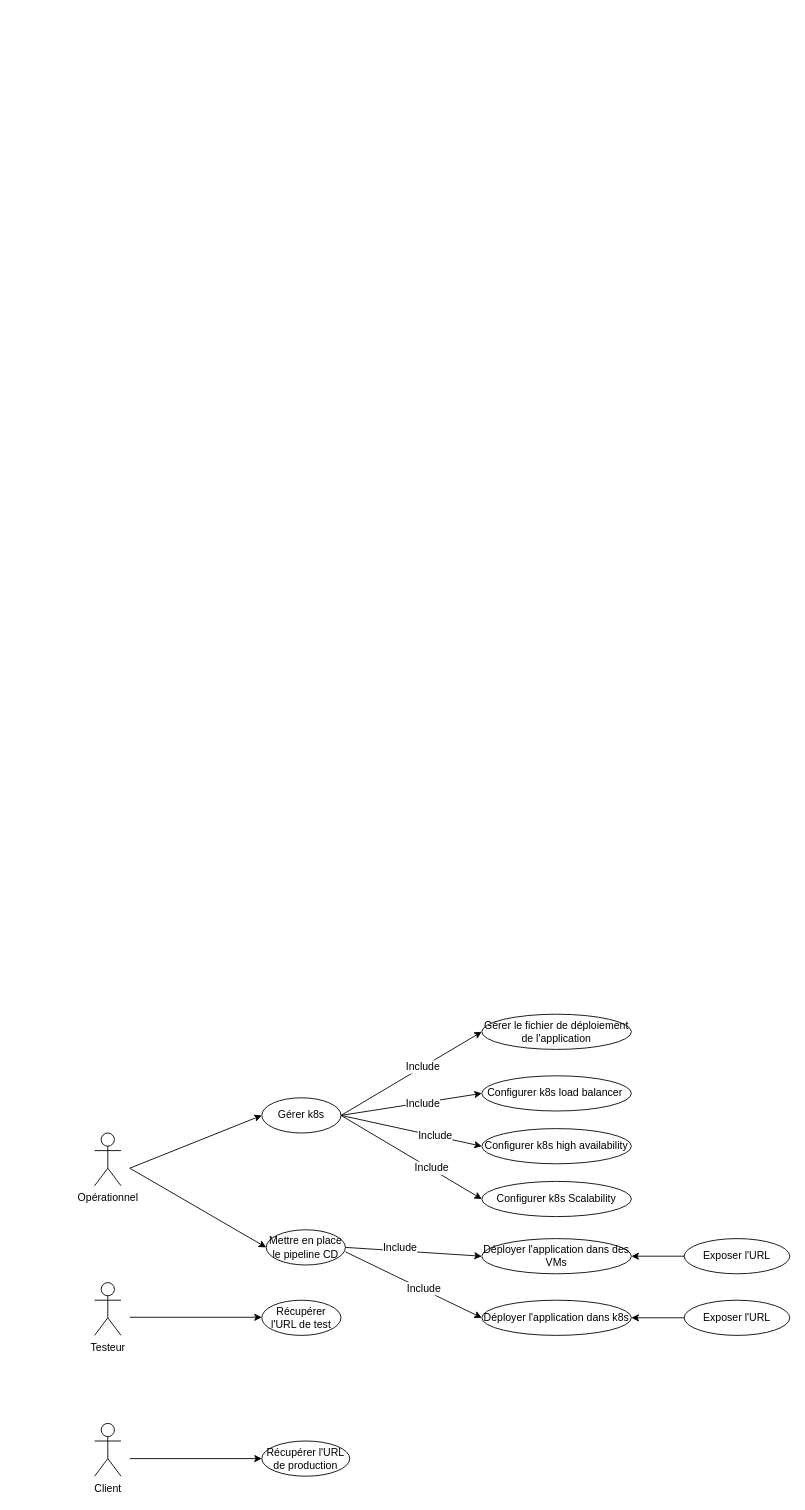
Above: page "Page-2" (2 of 6) of Untitled Diagram.drawio in nouha57/AJAX-Movie-Recommendation-System-with-Sentiment-Analysis (draw.io), before the change. Source tidied: cells renumbered, new cells numbered last; positions are measured from the earlier drawing's top-left corner, leaving out a move shared by most shapes. Both pictures are drawn from the tidied source at 88%, with x=0, y=0 at pixel (94, 1014).
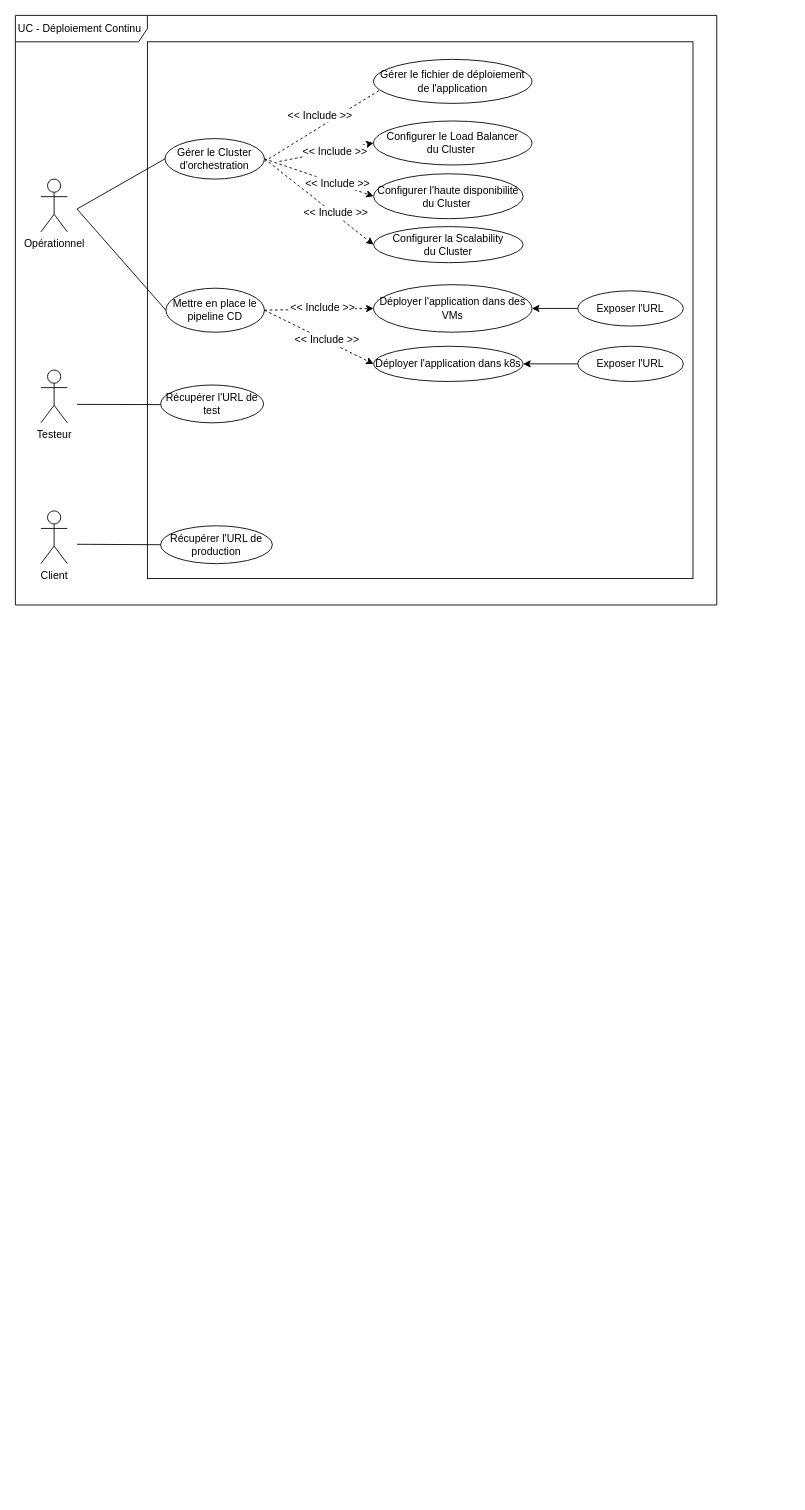
Above is the later version.

The edit, as a diff of the source:
```diff
@@
+    <mxCell id="35" style="rounded=0;whiteSpace=wrap;html=1;" parent="1" vertex="1">
+      <mxGeometry x="60" y="-1105" width="620" height="610" as="geometry" />
+    </mxCell>
     <mxCell id="2" value="Opérationnel" style="shape=umlActor;verticalLabelPosition=bottom;verticalAlign=top;html=1;" parent="1" vertex="1">
-      <mxGeometry y="135" width="30" height="60" as="geometry" />
+      <mxGeometry x="-61" y="-949" width="30" height="60" as="geometry" />
     </mxCell>
     <mxCell id="3" value="Testeur" style="shape=umlActor;verticalLabelPosition=bottom;verticalAlign=top;html=1;" parent="1" vertex="1">
-      <mxGeometry y="305" width="30" height="60" as="geometry" />
+      <mxGeometry x="-61" y="-732" width="30" height="60" as="geometry" />
     </mxCell>
     <mxCell id="4" value="Client" style="shape=umlActor;verticalLabelPosition=bottom;verticalAlign=top;html=1;" parent="1" vertex="1">
-      <mxGeometry y="465" width="30" height="60" as="geometry" />
+      <mxGeometry x="-61" y="-572" width="30" height="60" as="geometry" />
     </mxCell>
-    <mxCell id="5" value="Gérer k8s" style="ellipse;whiteSpace=wrap;html=1;" parent="1" vertex="1">
-      <mxGeometry x="190" y="95" width="90" height="40" as="geometry" />
-    </mxCell>
+    <mxCell id="36" value="Gérer le Cluster&lt;br&gt;d'orchestration" style="ellipse;whiteSpace=wrap;html=1;" parent="1" vertex="1">
+      <mxGeometry x="80" y="-995" width="113" height="46" as="geometry" />
+    </mxCell>
     <mxCell id="6" value="Mettre en place le pipeline CD" style="ellipse;whiteSpace=wrap;html=1;" parent="1" vertex="1">
-      <mxGeometry x="195" y="245" width="90" height="40" as="geometry" />
+      <mxGeometry x="81" y="-825" width="112" height="50" as="geometry" />
     </mxCell>
     <mxCell id="7" value="Récupérer l'URL de test" style="ellipse;whiteSpace=wrap;html=1;" parent="1" vertex="1">
-      <mxGeometry x="190" y="325" width="90" height="40" as="geometry" />
+      <mxGeometry x="75" y="-715" width="117" height="43" as="geometry" />
     </mxCell>
     <mxCell id="8" value="Récupérer l'URL de production" style="ellipse;whiteSpace=wrap;html=1;" parent="1" vertex="1">
-      <mxGeometry x="190" y="485" width="100" height="40" as="geometry" />
+      <mxGeometry x="75" y="-555" width="127" height="43" as="geometry" />
     </mxCell>
-    <mxCell id="9" style="endArrow=classic;html=1;rounded=0;entryX=0;entryY=0.5;entryDx=0;entryDy=0;" parent="1" edge="1" target="8">
-      <mxGeometry relative="1" as="geometry">
-        <mxPoint x="40" y="505" as="sourcePoint" />
-      </mxGeometry>
-    </mxCell>
-    <mxCell id="10" style="endArrow=classic;html=1;rounded=0;entryX=0;entryY=0.5;entryDx=0;entryDy=0;" parent="1" edge="1">
-      <mxGeometry relative="1" as="geometry">
-        <mxPoint x="40" y="344.4" as="sourcePoint" />
-        <mxPoint x="190" y="344.4" as="targetPoint" />
-      </mxGeometry>
-    </mxCell>
-    <mxCell id="11" style="endArrow=classic;html=1;rounded=0;" parent="1" edge="1">
-      <mxGeometry relative="1" as="geometry">
-        <mxPoint x="40" y="175" as="sourcePoint" />
-        <mxPoint x="190" y="115" as="targetPoint" />
-      </mxGeometry>
-    </mxCell>
-    <mxCell id="12" style="endArrow=classic;html=1;rounded=0;entryX=0;entryY=0.5;entryDx=0;entryDy=0;" parent="1" edge="1" target="6">
-      <mxGeometry relative="1" as="geometry">
-        <mxPoint x="40" y="175" as="sourcePoint" />
-      </mxGeometry>
-    </mxCell>
-    <mxCell id="13" style="endArrow=classic;html=1;rounded=0;entryX=0;entryY=0.5;entryDx=0;entryDy=0;" parent="1" edge="1" target="15">
-      <mxGeometry relative="1" as="geometry">
-        <mxPoint x="280" y="115" as="sourcePoint" />
-      </mxGeometry>
-    </mxCell>
-    <mxCell id="14" value="Include" style="edgeLabel;html=1;align=center;verticalAlign=middle;fontSize=12;" parent="13" vertex="1">
-      <mxGeometry x="0.16" relative="1" as="geometry" />
-    </mxCell>
-    <mxCell id="15" value="Gérer le fichier de déploiement de l'application" style="ellipse;whiteSpace=wrap;html=1;" parent="1" vertex="1">
-      <mxGeometry x="440" width="170" height="40" as="geometry" />
-    </mxCell>
-    <mxCell id="16" value="Configurer k8s load balancer&amp;nbsp;" style="ellipse;whiteSpace=wrap;html=1;" parent="1" vertex="1">
-      <mxGeometry x="440" y="70" width="170" height="40" as="geometry" />
-    </mxCell>
-    <mxCell id="17" value="Configurer k8s high availability" style="ellipse;whiteSpace=wrap;html=1;" parent="1" vertex="1">
-      <mxGeometry x="440" y="130" width="170" height="40" as="geometry" />
-    </mxCell>
-    <mxCell id="18" value="Configurer k8s Scalability" style="ellipse;whiteSpace=wrap;html=1;" parent="1" vertex="1">
-      <mxGeometry x="440" y="190" width="170" height="40" as="geometry" />
-    </mxCell>
-    <mxCell id="19" style="endArrow=classic;html=1;rounded=0;entryX=0;entryY=0.5;entryDx=0;entryDy=0;" parent="1" edge="1" target="16">
-      <mxGeometry relative="1" as="geometry">
-        <mxPoint x="280" y="115" as="sourcePoint" />
-      </mxGeometry>
-    </mxCell>
-    <mxCell id="20" value="Include" style="edgeLabel;html=1;align=center;verticalAlign=middle;fontSize=12;" parent="19" vertex="1">
-      <mxGeometry x="0.15" y="-1" relative="1" as="geometry" />
-    </mxCell>
-    <mxCell id="21" style="endArrow=classic;html=1;rounded=0;entryX=0;entryY=0.5;entryDx=0;entryDy=0;exitX=1;exitY=0.5;exitDx=0;exitDy=0;" parent="1" edge="1" source="5" target="17">
-      <mxGeometry relative="1" as="geometry" />
-    </mxCell>
-    <mxCell id="22" value="Include" style="edgeLabel;html=1;align=center;verticalAlign=middle;fontSize=12;" parent="21" vertex="1">
-      <mxGeometry x="0.33" y="1" relative="1" as="geometry" />
-    </mxCell>
-    <mxCell id="23" style="endArrow=classic;html=1;rounded=0;exitX=1;exitY=0.5;exitDx=0;exitDy=0;entryX=0;entryY=0.5;entryDx=0;entryDy=0;" parent="1" edge="1" source="5" target="18">
-      <mxGeometry relative="1" as="geometry" />
-    </mxCell>
-    <mxCell id="24" value="Include" style="edgeLabel;html=1;align=center;verticalAlign=middle;fontSize=12;" parent="23" vertex="1">
-      <mxGeometry x="0.28" y="1" relative="1" as="geometry" />
-    </mxCell>
+    <mxCell id="37" style="endArrow=none;html=1;rounded=0;entryX=0;entryY=0.5;entryDx=0;entryDy=0;endFill=0;" parent="1" edge="1" target="8">
+      <mxGeometry relative="1" as="geometry">
+        <mxPoint x="-20" y="-534" as="sourcePoint" />
+      </mxGeometry>
+    </mxCell>
+    <mxCell id="38" style="endArrow=none;html=1;rounded=0;entryX=0;entryY=0.5;entryDx=0;entryDy=0;endFill=0;" parent="1" edge="1">
+      <mxGeometry relative="1" as="geometry">
+        <mxPoint x="-20" y="-693" as="sourcePoint" />
+        <mxPoint x="75" y="-692.7" as="targetPoint" />
+      </mxGeometry>
+    </mxCell>
+    <mxCell id="39" style="endArrow=none;html=1;rounded=0;entryX=0;entryY=0.5;entryDx=0;entryDy=0;endFill=0;" parent="1" edge="1" target="36">
+      <mxGeometry relative="1" as="geometry">
+        <mxPoint x="-20" y="-915" as="sourcePoint" />
+      </mxGeometry>
+    </mxCell>
+    <mxCell id="40" style="endArrow=none;html=1;rounded=0;entryX=0;entryY=0.5;entryDx=0;entryDy=0;endFill=0;" parent="1" edge="1" target="6">
+      <mxGeometry relative="1" as="geometry">
+        <mxPoint x="-20" y="-915" as="sourcePoint" />
+      </mxGeometry>
+    </mxCell>
+    <mxCell id="41" style="endArrow=classic;html=1;rounded=0;entryX=0;entryY=0.5;entryDx=0;entryDy=0;dashed=1;" parent="1" edge="1">
+      <mxGeometry relative="1" as="geometry">
+        <mxPoint x="193" y="-969" as="sourcePoint" />
+        <mxPoint x="340" y="-1060" as="targetPoint" />
+      </mxGeometry>
+    </mxCell>
+    <mxCell id="42" value="&amp;lt;&amp;lt; Include &amp;gt;&amp;gt;" style="edgeLabel;html=1;align=center;verticalAlign=middle;fontSize=12;" parent="41" vertex="1">
+      <mxGeometry x="0.16" relative="1" as="geometry">
+        <mxPoint x="-23" as="offset" />
+      </mxGeometry>
+    </mxCell>
+    <mxCell id="43" value="Configurer le Load Balancer&lt;br&gt;du Cluster&amp;nbsp;" style="ellipse;whiteSpace=wrap;html=1;" parent="1" vertex="1">
+      <mxGeometry x="317" y="-1015" width="180" height="50" as="geometry" />
+    </mxCell>
+    <mxCell id="44" value="Configurer l'haute disponibilité du Cluster&amp;nbsp;" style="ellipse;whiteSpace=wrap;html=1;" parent="1" vertex="1">
+      <mxGeometry x="317" y="-955" width="170" height="51" as="geometry" />
+    </mxCell>
+    <mxCell id="45" value="Configurer la Scalability&lt;br&gt;du Cluster" style="ellipse;whiteSpace=wrap;html=1;" parent="1" vertex="1">
+      <mxGeometry x="317" y="-895" width="170" height="41" as="geometry" />
+    </mxCell>
+    <mxCell id="46" style="endArrow=classic;html=1;rounded=0;entryX=0;entryY=0.5;entryDx=0;entryDy=0;dashed=1;" parent="1" edge="1" target="43">
+      <mxGeometry relative="1" as="geometry">
+        <mxPoint x="210" y="-969" as="sourcePoint" />
+      </mxGeometry>
+    </mxCell>
+    <mxCell id="47" value="&lt;span style=&quot;color: rgb(0, 0, 0); font-family: Helvetica; font-size: 12px; font-style: normal; font-variant-ligatures: normal; font-variant-caps: normal; font-weight: 400; letter-spacing: normal; orphans: 2; text-align: center; text-indent: 0px; text-transform: none; widows: 2; word-spacing: 0px; -webkit-text-stroke-width: 0px; background-color: rgb(255, 255, 255); text-decoration-thickness: initial; text-decoration-style: initial; text-decoration-color: initial; float: none; display: inline !important;&quot;&gt;&amp;lt;&amp;lt; Include &amp;gt;&amp;gt;&lt;/span&gt;" style="edgeLabel;html=1;align=center;verticalAlign=middle;fontSize=12;" parent="46" vertex="1">
+      <mxGeometry x="0.15" y="-1" relative="1" as="geometry" />
+    </mxCell>
+    <mxCell id="48" style="endArrow=classic;html=1;rounded=0;entryX=0;entryY=0.5;entryDx=0;entryDy=0;exitX=1;exitY=0.5;exitDx=0;exitDy=0;dashed=1;" parent="1" edge="1" source="36" target="44">
+      <mxGeometry relative="1" as="geometry" />
+    </mxCell>
+    <mxCell id="49" value="&lt;span style=&quot;color: rgb(0, 0, 0); font-family: Helvetica; font-size: 12px; font-style: normal; font-variant-ligatures: normal; font-variant-caps: normal; font-weight: 400; letter-spacing: normal; orphans: 2; text-align: center; text-indent: 0px; text-transform: none; widows: 2; word-spacing: 0px; -webkit-text-stroke-width: 0px; background-color: rgb(255, 255, 255); text-decoration-thickness: initial; text-decoration-style: initial; text-decoration-color: initial; float: none; display: inline !important;&quot;&gt;&amp;lt;&amp;lt; Include &amp;gt;&amp;gt;&lt;/span&gt;" style="edgeLabel;html=1;align=center;verticalAlign=middle;fontSize=12;" parent="48" vertex="1">
+      <mxGeometry x="0.33" y="1" relative="1" as="geometry" />
+    </mxCell>
+    <mxCell id="50" style="endArrow=classic;html=1;rounded=0;exitX=1;exitY=0.5;exitDx=0;exitDy=0;entryX=0;entryY=0.5;entryDx=0;entryDy=0;dashed=1;" parent="1" edge="1" source="36" target="45">
+      <mxGeometry relative="1" as="geometry" />
+    </mxCell>
+    <mxCell id="51" value="&lt;span style=&quot;color: rgb(0, 0, 0); font-family: Helvetica; font-size: 12px; font-style: normal; font-variant-ligatures: normal; font-variant-caps: normal; font-weight: 400; letter-spacing: normal; orphans: 2; text-align: center; text-indent: 0px; text-transform: none; widows: 2; word-spacing: 0px; -webkit-text-stroke-width: 0px; background-color: rgb(255, 255, 255); text-decoration-thickness: initial; text-decoration-style: initial; text-decoration-color: initial; float: none; display: inline !important;&quot;&gt;&amp;lt;&amp;lt; Include &amp;gt;&amp;gt;&lt;/span&gt;" style="edgeLabel;html=1;align=center;verticalAlign=middle;fontSize=12;" parent="50" vertex="1">
+      <mxGeometry x="0.28" y="1" relative="1" as="geometry" />
+    </mxCell>
     <mxCell id="25" value="Déployer l'application dans des VMs" style="ellipse;whiteSpace=wrap;html=1;" parent="1" vertex="1">
-      <mxGeometry x="440" y="255" width="170" height="40" as="geometry" />
+      <mxGeometry x="317" y="-829" width="180" height="54" as="geometry" />
     </mxCell>
     <mxCell id="26" value="Déployer l'application dans k8s" style="ellipse;whiteSpace=wrap;html=1;" parent="1" vertex="1">
-      <mxGeometry x="440" y="325" width="170" height="40" as="geometry" />
+      <mxGeometry x="317" y="-759" width="170" height="40" as="geometry" />
     </mxCell>
-    <mxCell id="27" style="endArrow=classic;html=1;rounded=0;exitX=1;exitY=0.5;exitDx=0;exitDy=0;entryX=0;entryY=0.5;entryDx=0;entryDy=0;" parent="1" edge="1" target="26">
-      <mxGeometry relative="1" as="geometry">
-        <mxPoint x="285" y="270" as="sourcePoint" />
-      </mxGeometry>
-    </mxCell>
-    <mxCell id="28" value="Include" style="edgeLabel;html=1;align=center;verticalAlign=middle;fontSize=12;" parent="27" vertex="1">
-      <mxGeometry x="0.14" relative="1" as="geometry">
-        <mxPoint y="-1" as="offset" />
-      </mxGeometry>
-    </mxCell>
+    <mxCell id="52" style="endArrow=classic;html=1;rounded=0;entryX=0;entryY=0.5;entryDx=0;entryDy=0;dashed=1;exitX=1;exitY=0.5;exitDx=0;exitDy=0;" parent="1" edge="1" source="6" target="26">
+      <mxGeometry relative="1" as="geometry" />
+    </mxCell>
+    <mxCell id="53" value="&lt;span style=&quot;color: rgb(0, 0, 0); font-family: Helvetica; font-size: 12px; font-style: normal; font-variant-ligatures: normal; font-variant-caps: normal; font-weight: 400; letter-spacing: normal; orphans: 2; text-align: center; text-indent: 0px; text-transform: none; widows: 2; word-spacing: 0px; -webkit-text-stroke-width: 0px; background-color: rgb(255, 255, 255); text-decoration-thickness: initial; text-decoration-style: initial; text-decoration-color: initial; float: none; display: inline !important;&quot;&gt;&amp;lt;&amp;lt; Include &amp;gt;&amp;gt;&lt;/span&gt;" style="edgeLabel;html=1;align=center;verticalAlign=middle;fontSize=12;" parent="52" vertex="1">
+      <mxGeometry x="0.14" relative="1" as="geometry">
+        <mxPoint y="-1" as="offset" />
+      </mxGeometry>
+    </mxCell>
-    <mxCell id="29" style="endArrow=classic;html=1;rounded=0;exitX=1;exitY=0.5;exitDx=0;exitDy=0;entryX=0;entryY=0.5;entryDx=0;entryDy=0;" parent="1" edge="1" source="6" target="25">
+    <mxCell id="29" style="endArrow=classic;html=1;rounded=0;exitX=1;exitY=0.5;exitDx=0;exitDy=0;entryX=0;entryY=0.5;entryDx=0;entryDy=0;dashed=1;" parent="1" edge="1" source="6" target="25">
       <mxGeometry relative="1" as="geometry" />
     </mxCell>
-    <mxCell id="30" value="&lt;font style=&quot;font-size: 12px;&quot;&gt;Include&lt;/font&gt;" style="edgeLabel;html=1;align=center;verticalAlign=middle;" parent="29" vertex="1">
-      <mxGeometry x="-0.21" y="3" relative="1" as="geometry" />
-    </mxCell>
-    <mxCell id="31" style="edgeStyle=orthogonalEdgeStyle;rounded=0;jettySize=auto;html=1;" parent="1" edge="1" source="32" target="25">
-      <mxGeometry relative="1" as="geometry" />
-    </mxCell>
-    <mxCell id="32" value="Exposer l'URL" style="ellipse;whiteSpace=wrap;html=1;" parent="1" vertex="1">
-      <mxGeometry x="670" y="255" width="120" height="40" as="geometry" />
-    </mxCell>
-    <mxCell id="33" style="edgeStyle=orthogonalEdgeStyle;rounded=0;jettySize=auto;html=1;" parent="1" edge="1" source="34" target="26">
-      <mxGeometry relative="1" as="geometry" />
-    </mxCell>
-    <mxCell id="34" value="Exposer l'URL" style="ellipse;whiteSpace=wrap;html=1;" parent="1" vertex="1">
-      <mxGeometry x="670" y="325" width="120" height="40" as="geometry" />
-    </mxCell>
+    <mxCell id="54" value="&lt;span style=&quot;color: rgb(0, 0, 0); font-family: Helvetica; font-size: 12px; font-style: normal; font-variant-ligatures: normal; font-variant-caps: normal; font-weight: 400; letter-spacing: normal; orphans: 2; text-align: center; text-indent: 0px; text-transform: none; widows: 2; word-spacing: 0px; -webkit-text-stroke-width: 0px; background-color: rgb(255, 255, 255); text-decoration-thickness: initial; text-decoration-style: initial; text-decoration-color: initial; float: none; display: inline !important;&quot;&gt;&amp;lt;&amp;lt; Include &amp;gt;&amp;gt;&lt;/span&gt;" style="edgeLabel;html=1;align=center;verticalAlign=middle;" parent="29" vertex="1">
+      <mxGeometry x="-0.21" y="3" relative="1" as="geometry">
+        <mxPoint x="17" as="offset" />
+      </mxGeometry>
+    </mxCell>
+    <mxCell id="55" style="edgeStyle=orthogonalEdgeStyle;rounded=0;jettySize=auto;html=1;" parent="1" edge="1" source="56" target="25">
+      <mxGeometry relative="1" as="geometry" />
+    </mxCell>
+    <mxCell id="56" value="Exposer l'URL" style="ellipse;whiteSpace=wrap;html=1;" parent="1" vertex="1">
+      <mxGeometry x="549" y="-822" width="120" height="40" as="geometry" />
+    </mxCell>
+    <mxCell id="57" style="edgeStyle=orthogonalEdgeStyle;rounded=0;jettySize=auto;html=1;" parent="1" edge="1" source="58" target="26">
+      <mxGeometry relative="1" as="geometry" />
+    </mxCell>
+    <mxCell id="58" value="Exposer l'URL" style="ellipse;whiteSpace=wrap;html=1;" parent="1" vertex="1">
+      <mxGeometry x="549" y="-759" width="120" height="40" as="geometry" />
+    </mxCell>
+    <mxCell id="15" value="Gérer le fichier de déploiement de l'application" style="ellipse;whiteSpace=wrap;html=1;" parent="1" vertex="1">
+      <mxGeometry x="317" y="-1085" width="180" height="50" as="geometry" />
+    </mxCell>
+    <mxCell id="59" value="UC - Déploiement Continu&amp;nbsp;" style="shape=umlFrame;whiteSpace=wrap;html=1;width=150;height=30;" parent="1" vertex="1">
+      <mxGeometry x="-90" y="-1135" width="797" height="670" as="geometry" />
+    </mxCell>
```
